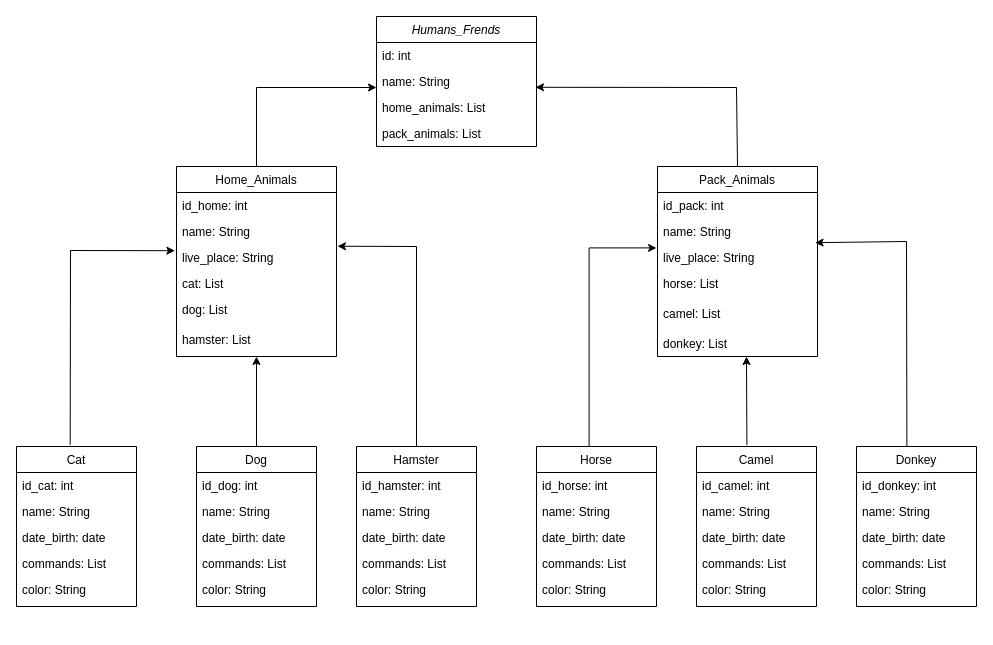
The draw.io diagram Diagrams/Task 6.drawio in Ritorta/Conrol_work_second_quarter, before the edit. Source tidied: cells renumbered, new cells numbered last; positions are measured from the earlier drawing's top-left corner, leaving out a move shared by most shapes. Both pictures are drawn from the tidied source at 100%, with x=0, y=0 at pixel (16, 16).
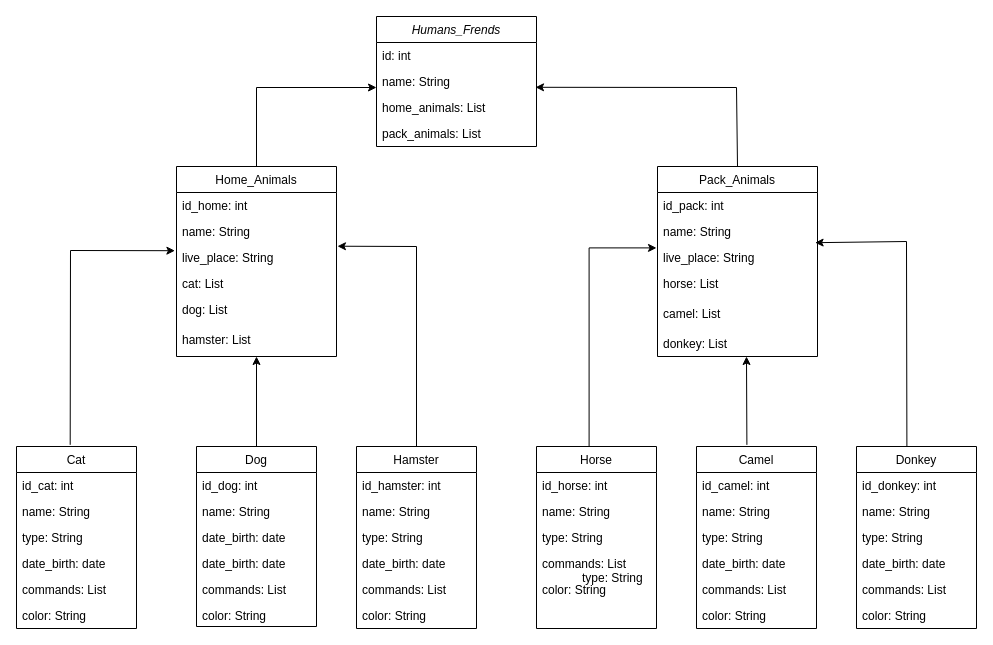
After the change.

What changed in the source:
```diff
@@
     <mxCell id="23" value="Cat" style="swimlane;fontStyle=0;align=center;verticalAlign=top;horizontal=1;startSize=26;rounded=0;shadow=0;strokeWidth=1;" parent="1" vertex="1">
-      <mxGeometry y="430" width="120" height="160" as="geometry" />
+      <mxGeometry y="430" width="120" height="182" as="geometry" />
     </mxCell>
@@
+    <mxCell id="65" value="type: String" style="text;align=left;verticalAlign=top;spacingLeft=4;spacingRight=4;overflow=hidden;rounded=0;shadow=0;html=0;" parent="23" vertex="1">
+      <mxGeometry y="78" width="120" height="26" as="geometry" />
+    </mxCell>
     <mxCell id="26" value="date_birth: date" style="text;align=left;verticalAlign=top;spacingLeft=4;spacingRight=4;overflow=hidden;rounded=0;shadow=0;html=0;" parent="23" vertex="1">
-      <mxGeometry y="78" width="120" height="26" as="geometry" />
+      <mxGeometry y="104" width="120" height="26" as="geometry" />
     </mxCell>
     <mxCell id="27" value="commands: List" style="text;align=left;verticalAlign=top;spacingLeft=4;spacingRight=4;overflow=hidden;rounded=0;shadow=0;html=0;" parent="23" vertex="1">
-      <mxGeometry y="104" width="120" height="26" as="geometry" />
+      <mxGeometry y="130" width="120" height="26" as="geometry" />
     </mxCell>
     <mxCell id="28" value="color: String" style="text;align=left;verticalAlign=top;spacingLeft=4;spacingRight=4;overflow=hidden;rounded=0;shadow=0;html=0;" parent="23" vertex="1">
-      <mxGeometry y="130" width="120" height="26" as="geometry" />
+      <mxGeometry y="156" width="120" height="26" as="geometry" />
     </mxCell>
     <mxCell id="29" value="Dog" style="swimlane;fontStyle=0;align=center;verticalAlign=top;horizontal=1;startSize=26;rounded=0;shadow=0;strokeWidth=1;" parent="1" vertex="1">
-      <mxGeometry x="180" y="430" width="120" height="160" as="geometry" />
+      <mxGeometry x="180" y="430" width="120" height="180" as="geometry" />
     </mxCell>
@@
+    <mxCell id="44" value="date_birth: date" style="text;align=left;verticalAlign=top;spacingLeft=4;spacingRight=4;overflow=hidden;rounded=0;shadow=0;html=0;" parent="29" vertex="1">
+      <mxGeometry y="78" width="120" height="26" as="geometry" />
+    </mxCell>
     <mxCell id="32" value="date_birth: date" style="text;align=left;verticalAlign=top;spacingLeft=4;spacingRight=4;overflow=hidden;rounded=0;shadow=0;html=0;" parent="29" vertex="1">
-      <mxGeometry y="78" width="120" height="26" as="geometry" />
+      <mxGeometry y="104" width="120" height="26" as="geometry" />
     </mxCell>
     <mxCell id="33" value="commands: List" style="text;align=left;verticalAlign=top;spacingLeft=4;spacingRight=4;overflow=hidden;rounded=0;shadow=0;html=0;" parent="29" vertex="1">
-      <mxGeometry y="104" width="120" height="26" as="geometry" />
+      <mxGeometry y="130" width="120" height="26" as="geometry" />
     </mxCell>
     <mxCell id="34" value="color: String" style="text;align=left;verticalAlign=top;spacingLeft=4;spacingRight=4;overflow=hidden;rounded=0;shadow=0;html=0;" parent="29" vertex="1">
-      <mxGeometry y="130" width="120" height="26" as="geometry" />
+      <mxGeometry y="156" width="120" height="24" as="geometry" />
     </mxCell>
     <mxCell id="35" value="Hamster" style="swimlane;fontStyle=0;align=center;verticalAlign=top;horizontal=1;startSize=26;rounded=0;shadow=0;strokeWidth=1;" parent="1" vertex="1">
-      <mxGeometry x="340" y="430" width="120" height="160" as="geometry" />
+      <mxGeometry x="340" y="430" width="120" height="182" as="geometry" />
     </mxCell>
@@
+    <mxCell id="66" value="type: String" style="text;align=left;verticalAlign=top;spacingLeft=4;spacingRight=4;overflow=hidden;rounded=0;shadow=0;html=0;" parent="35" vertex="1">
+      <mxGeometry y="78" width="120" height="26" as="geometry" />
+    </mxCell>
     <mxCell id="38" value="date_birth: date" style="text;align=left;verticalAlign=top;spacingLeft=4;spacingRight=4;overflow=hidden;rounded=0;shadow=0;html=0;" parent="35" vertex="1">
-      <mxGeometry y="78" width="120" height="26" as="geometry" />
+      <mxGeometry y="104" width="120" height="26" as="geometry" />
     </mxCell>
     <mxCell id="39" value="commands: List" style="text;align=left;verticalAlign=top;spacingLeft=4;spacingRight=4;overflow=hidden;rounded=0;shadow=0;html=0;" parent="35" vertex="1">
-      <mxGeometry y="104" width="120" height="26" as="geometry" />
+      <mxGeometry y="130" width="120" height="26" as="geometry" />
     </mxCell>
     <mxCell id="40" value="color: String" style="text;align=left;verticalAlign=top;spacingLeft=4;spacingRight=4;overflow=hidden;rounded=0;shadow=0;html=0;" parent="35" vertex="1">
-      <mxGeometry y="130" width="120" height="26" as="geometry" />
+      <mxGeometry y="156" width="120" height="26" as="geometry" />
     </mxCell>
     <mxCell id="41" value="Horse" style="swimlane;fontStyle=0;align=center;verticalAlign=top;horizontal=1;startSize=26;rounded=0;shadow=0;strokeWidth=1;" parent="1" vertex="1">
-      <mxGeometry x="520" y="430" width="120" height="160" as="geometry" />
+      <mxGeometry x="520" y="430" width="120" height="182" as="geometry" />
     </mxCell>
@@
-    <mxCell id="44" value="date_birth: date" style="text;align=left;verticalAlign=top;spacingLeft=4;spacingRight=4;overflow=hidden;rounded=0;shadow=0;html=0;" parent="41" vertex="1">
-      <mxGeometry y="78" width="120" height="26" as="geometry" />
-    </mxCell>
+    <mxCell id="67" value="type: String" style="text;align=left;verticalAlign=top;spacingLeft=4;spacingRight=4;overflow=hidden;rounded=0;shadow=0;html=0;" parent="41" vertex="1">
+      <mxGeometry y="78" width="120" height="26" as="geometry" />
+    </mxCell>
@@
     <mxCell id="47" value="Camel" style="swimlane;fontStyle=0;align=center;verticalAlign=top;horizontal=1;startSize=26;rounded=0;shadow=0;strokeWidth=1;" parent="1" vertex="1">
-      <mxGeometry x="680" y="430" width="120" height="160" as="geometry" />
+      <mxGeometry x="680" y="430" width="120" height="182" as="geometry" />
     </mxCell>
@@
+    <mxCell id="68" value="type: String" style="text;align=left;verticalAlign=top;spacingLeft=4;spacingRight=4;overflow=hidden;rounded=0;shadow=0;html=0;" parent="47" vertex="1">
+      <mxGeometry y="78" width="120" height="26" as="geometry" />
+    </mxCell>
     <mxCell id="50" value="date_birth: date" style="text;align=left;verticalAlign=top;spacingLeft=4;spacingRight=4;overflow=hidden;rounded=0;shadow=0;html=0;" parent="47" vertex="1">
-      <mxGeometry y="78" width="120" height="26" as="geometry" />
+      <mxGeometry y="104" width="120" height="26" as="geometry" />
     </mxCell>
     <mxCell id="51" value="commands: List" style="text;align=left;verticalAlign=top;spacingLeft=4;spacingRight=4;overflow=hidden;rounded=0;shadow=0;html=0;" parent="47" vertex="1">
-      <mxGeometry y="104" width="120" height="26" as="geometry" />
+      <mxGeometry y="130" width="120" height="26" as="geometry" />
     </mxCell>
     <mxCell id="52" value="color: String" style="text;align=left;verticalAlign=top;spacingLeft=4;spacingRight=4;overflow=hidden;rounded=0;shadow=0;html=0;" parent="47" vertex="1">
-      <mxGeometry y="130" width="120" height="26" as="geometry" />
+      <mxGeometry y="156" width="120" height="26" as="geometry" />
     </mxCell>
     <mxCell id="53" value="Donkey" style="swimlane;fontStyle=0;align=center;verticalAlign=top;horizontal=1;startSize=26;rounded=0;shadow=0;strokeWidth=1;" parent="1" vertex="1">
-      <mxGeometry x="840" y="430" width="120" height="160" as="geometry" />
+      <mxGeometry x="840" y="430" width="120" height="182" as="geometry" />
     </mxCell>
@@
+    <mxCell id="69" value="type: String" style="text;align=left;verticalAlign=top;spacingLeft=4;spacingRight=4;overflow=hidden;rounded=0;shadow=0;html=0;" parent="53" vertex="1">
+      <mxGeometry y="78" width="120" height="26" as="geometry" />
+    </mxCell>
     <mxCell id="56" value="date_birth: date" style="text;align=left;verticalAlign=top;spacingLeft=4;spacingRight=4;overflow=hidden;rounded=0;shadow=0;html=0;" parent="53" vertex="1">
-      <mxGeometry y="78" width="120" height="26" as="geometry" />
+      <mxGeometry y="104" width="120" height="26" as="geometry" />
     </mxCell>
     <mxCell id="57" value="commands: List" style="text;align=left;verticalAlign=top;spacingLeft=4;spacingRight=4;overflow=hidden;rounded=0;shadow=0;html=0;" parent="53" vertex="1">
-      <mxGeometry y="104" width="120" height="26" as="geometry" />
+      <mxGeometry y="130" width="120" height="26" as="geometry" />
     </mxCell>
     <mxCell id="58" value="color: String" style="text;align=left;verticalAlign=top;spacingLeft=4;spacingRight=4;overflow=hidden;rounded=0;shadow=0;html=0;" parent="53" vertex="1">
-      <mxGeometry y="130" width="120" height="26" as="geometry" />
+      <mxGeometry y="156" width="120" height="26" as="geometry" />
     </mxCell>
@@
+    <mxCell id="70" value="type: String" style="text;align=left;verticalAlign=top;spacingLeft=4;spacingRight=4;overflow=hidden;rounded=0;shadow=0;html=0;" parent="1" vertex="1">
+      <mxGeometry x="560" y="548" width="120" height="26" as="geometry" />
+    </mxCell>
```
